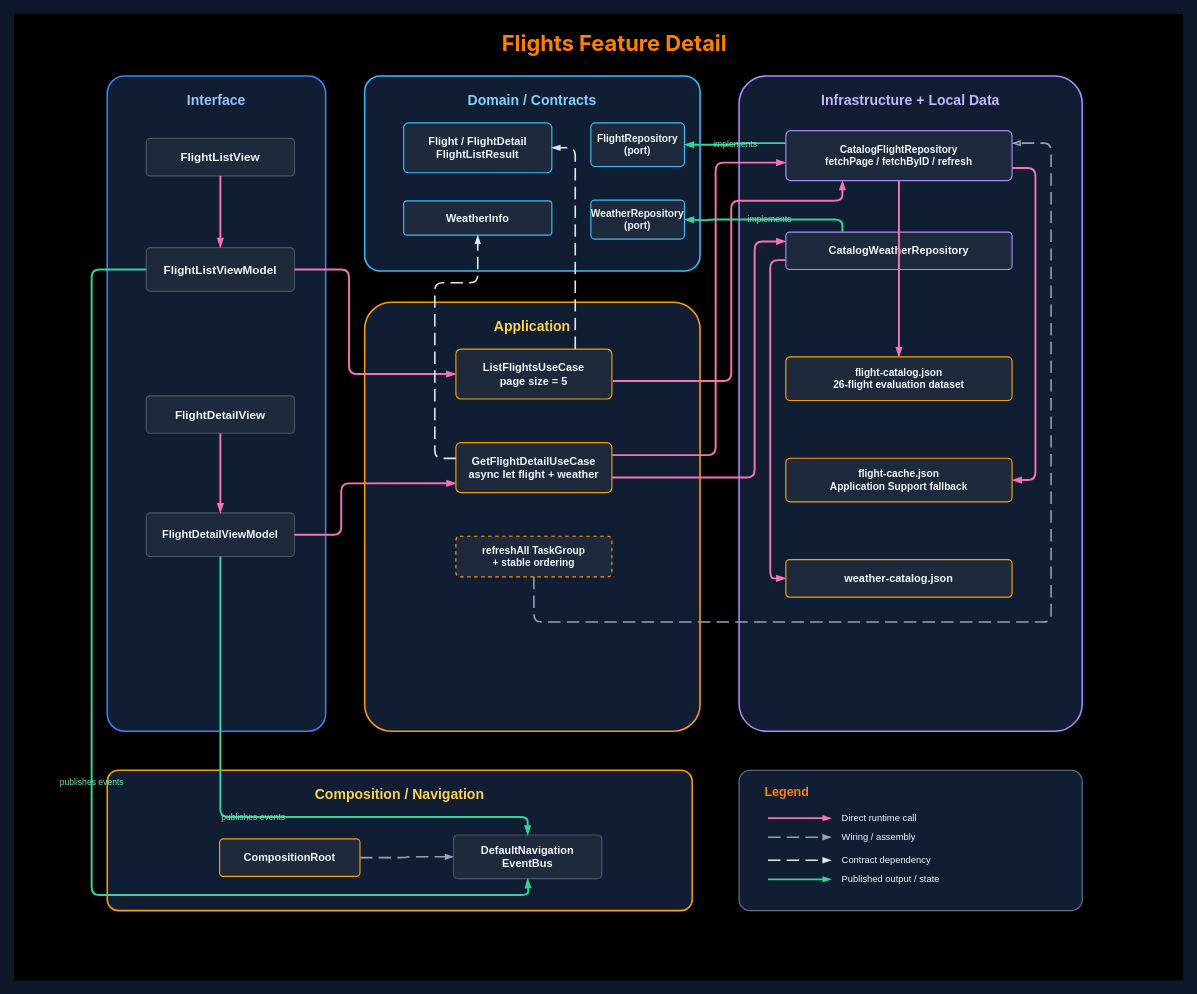
Earlier version of the draw.io diagram docs/architecture/flights-feature-detail.drawio (SwiftEnProfundidad/ios-architecture-showcase). Source tidied: cells renumbered, new cells numbered last; positions are measured from the earlier drawing's top-left corner, leaving out a move shared by most shapes. Both pictures are drawn from the tidied source at 78%, with x=0, y=0 at pixel (13, 13).
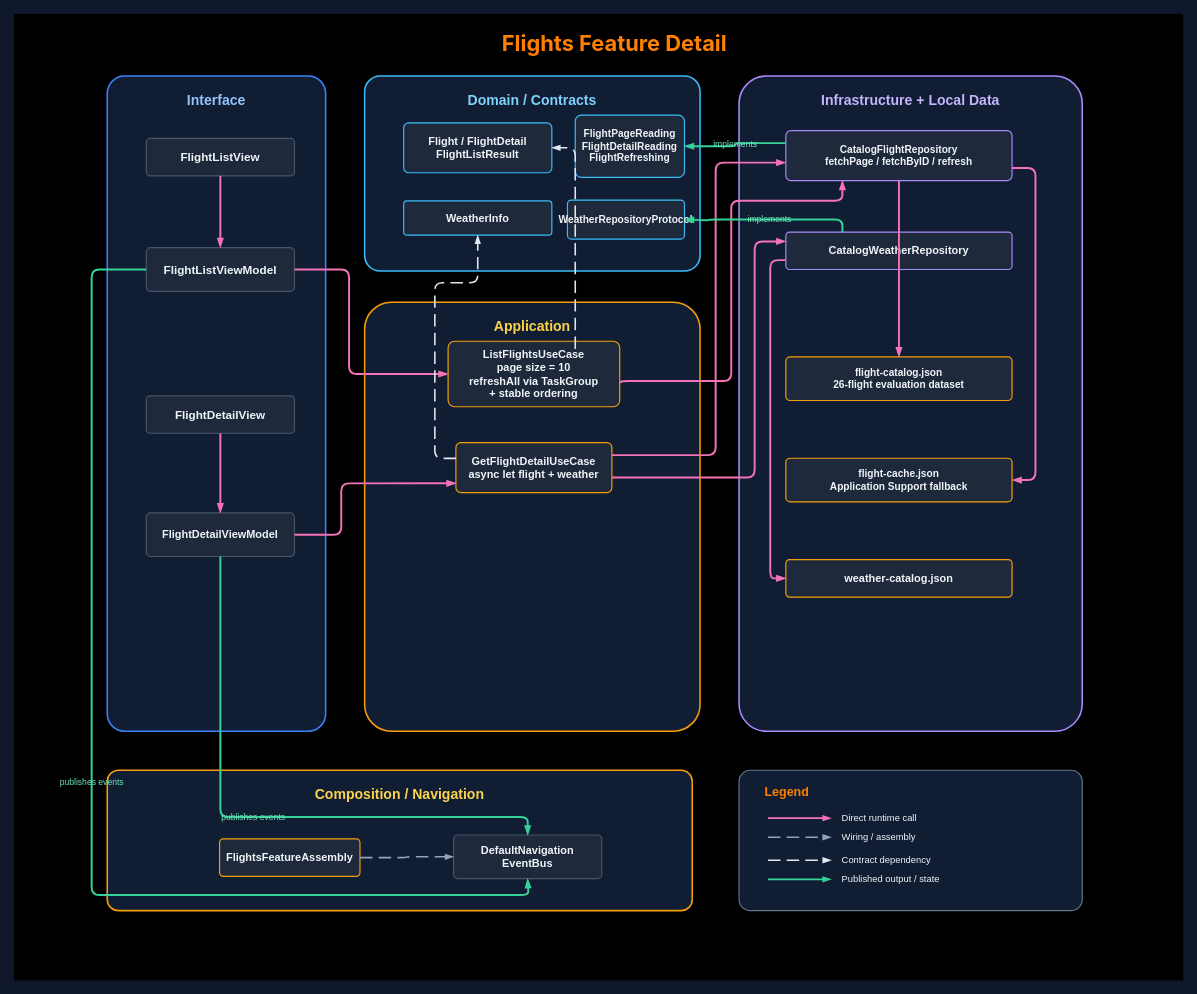
The same page after the edit.

The change refers to these unchanged cells:
```xml
<mxCell id="20" value="CatalogFlightRepository&#10;fetchPage / fetchByID / refresh" style="rounded=1;arcSize=10;whiteSpace=wrap;html=1;fillColor=#1E293B;strokeColor=#A78BFA;strokeWidth=1.5;fontColor=#F1F5F9;fontSize=13;fontStyle=1;align=center;" parent="1" vertex="1">
  <mxGeometry x="990" y="150" width="290" height="64" as="geometry" />
</mxCell>
```

Diff of the diagram source:
```diff
@@
-    <mxCell id="15" value="FlightRepository&#10;(port)" style="rounded=1;arcSize=10;whiteSpace=wrap;html=1;fillColor=#1E293B;strokeColor=#38BDF8;strokeWidth=1.5;fontColor=#F1F5F9;fontSize=13;fontStyle=1;align=center;" parent="1" vertex="1">
-      <mxGeometry x="740" y="140" width="120" height="56" as="geometry" />
+    <mxCell id="15" value="FlightPageReading&#10;FlightDetailReading&#10;FlightRefreshing" style="rounded=1;arcSize=10;whiteSpace=wrap;html=1;fillColor=#1E293B;strokeColor=#38BDF8;strokeWidth=1.5;fontColor=#F1F5F9;fontSize=13;fontStyle=1;align=center;" parent="1" vertex="1">
+      <mxGeometry x="720" y="130" width="140" height="80" as="geometry" />
     </mxCell>
-    <mxCell id="16" value="WeatherRepository&#10;(port)" style="rounded=1;arcSize=10;whiteSpace=wrap;html=1;fillColor=#1E293B;strokeColor=#38BDF8;strokeWidth=1.5;fontColor=#F1F5F9;fontSize=13;fontStyle=1;align=center;" parent="1" vertex="1">
-      <mxGeometry x="740" y="239" width="120" height="50" as="geometry" />
+    <mxCell id="16" value="WeatherRepositoryProtocol" style="rounded=1;arcSize=10;whiteSpace=wrap;html=1;fillColor=#1E293B;strokeColor=#38BDF8;strokeWidth=1.5;fontColor=#F1F5F9;fontSize=13;fontStyle=1;align=center;" parent="1" vertex="1">
+      <mxGeometry x="710" y="239" width="150" height="50" as="geometry" />
     </mxCell>
-    <mxCell id="17" value="ListFlightsUseCase&#10;page size = 5" style="rounded=1;arcSize=10;whiteSpace=wrap;html=1;fillColor=#1E293B;strokeColor=#F59E0B;strokeWidth=1.5;fontColor=#F1F5F9;fontSize=14;fontStyle=1;align=center;" parent="1" vertex="1">
-      <mxGeometry x="567" y="430" width="200" height="64" as="geometry" />
+    <mxCell id="17" value="ListFlightsUseCase&#10;page size = 10&#10;refreshAll via TaskGroup&#10;+ stable ordering" style="rounded=1;arcSize=10;whiteSpace=wrap;html=1;fillColor=#1E293B;strokeColor=#F59E0B;strokeWidth=1.5;fontColor=#F1F5F9;fontSize=14;fontStyle=1;align=center;" parent="1" vertex="1">
+      <mxGeometry x="557" y="420" width="220" height="84" as="geometry" />
     </mxCell>
@@
-    <mxCell id="19" value="refreshAll TaskGroup&#10;+ stable ordering" style="rounded=1;arcSize=10;whiteSpace=wrap;html=1;fillColor=#1E293B;strokeColor=#F59E0B;strokeWidth=1.5;fontColor=#F1F5F9;fontSize=13;fontStyle=1;align=center;dashed=1;" parent="1" vertex="1">
-      <mxGeometry x="567" y="670" width="200" height="52" as="geometry" />
-    </mxCell>
@@
-    <mxCell id="25" value="CompositionRoot" style="rounded=1;arcSize=10;whiteSpace=wrap;html=1;fillColor=#1E293B;strokeColor=#F59E0B;strokeWidth=1.5;fontColor=#F1F5F9;fontSize=14;fontStyle=1;align=center;" parent="1" vertex="1">
+    <mxCell id="25" value="FlightsFeatureAssembly" style="rounded=1;arcSize=10;whiteSpace=wrap;html=1;fillColor=#1E293B;strokeColor=#F59E0B;strokeWidth=1.5;fontColor=#F1F5F9;fontSize=14;fontStyle=1;align=center;" parent="1" vertex="1">
       <mxGeometry x="264" y="1058" width="180" height="48" as="geometry" />
     </mxCell>
@@
-    <mxCell id="42" style="edgeStyle=orthogonalEdgeStyle;rounded=1;jettySize=auto;html=1;strokeColor=#94A3B8;strokeWidth=2;endArrow=blockThin;endFill=0;dashed=1;dashPattern=8 4;exitX=0.5;exitY=1;entryX=1;entryY=0.25;entryDx=0;entryDy=0;exitDx=0;exitDy=0;" parent="1" edge="1" source="19" target="20">
-      <mxGeometry relative="1" as="geometry">
-        <Array as="points">
-          <mxPoint x="667" y="780" />
-          <mxPoint x="1330" y="780" />
-          <mxPoint x="1330" y="166" />
-        </Array>
-      </mxGeometry>
-    </mxCell>
```
